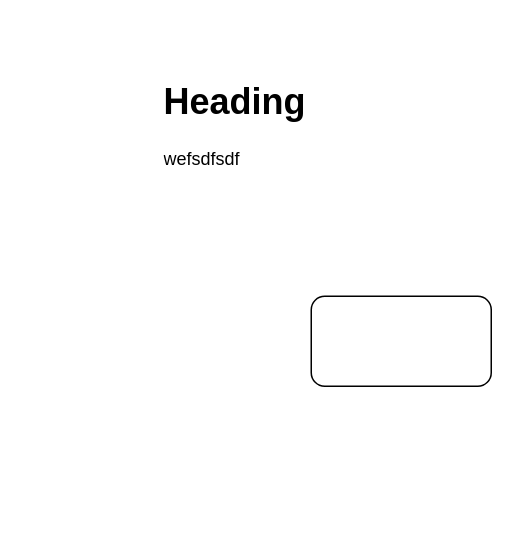
Heraldo-Coen/Team-Celebrations keeps this draw.io diagram as Untitled Diagram.drawio. Above is the earlier version. Source tidied: cells renumbered, new cells numbered last; positions are measured from the earlier drawing's top-left corner, leaving out a move shared by most shapes. Both pictures are drawn from the tidied source at 150%, with x=0, y=0 at pixel (160, 70).
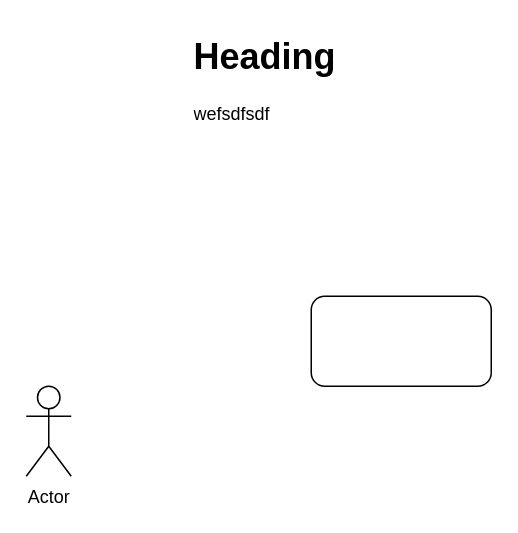
The same page after the edit.

What changed in the source:
```diff
@@
 <mxGraphModel>
   <root>
     <mxCell id="0" />
     <mxCell id="1" parent="0" />
     <mxCell id="2" style="rounded=1;whiteSpace=wrap;html=1;" parent="1" vertex="1">
       <mxGeometry x="100" y="150" width="120" height="60" as="geometry" />
     </mxCell>
     <mxCell id="3" value="&lt;h1 style=&quot;margin-top: 0px;&quot;&gt;Heading&lt;/h1&gt;&lt;p&gt;wefsdfsdf&lt;/p&gt;" style="text;html=1;whiteSpace=wrap;overflow=hidden;rounded=0;" parent="1" vertex="1">
-      <mxGeometry width="180" height="120" as="geometry" />
+      <mxGeometry x="20" y="-30" width="180" height="120" as="geometry" />
     </mxCell>
+    <mxCell id="4" value="Actor" style="shape=umlActor;verticalLabelPosition=bottom;verticalAlign=top;html=1;" parent="1" vertex="1">
+      <mxGeometry x="-90" y="210" width="30" height="60" as="geometry" />
+    </mxCell>
   </root>
 </mxGraphModel>
```
